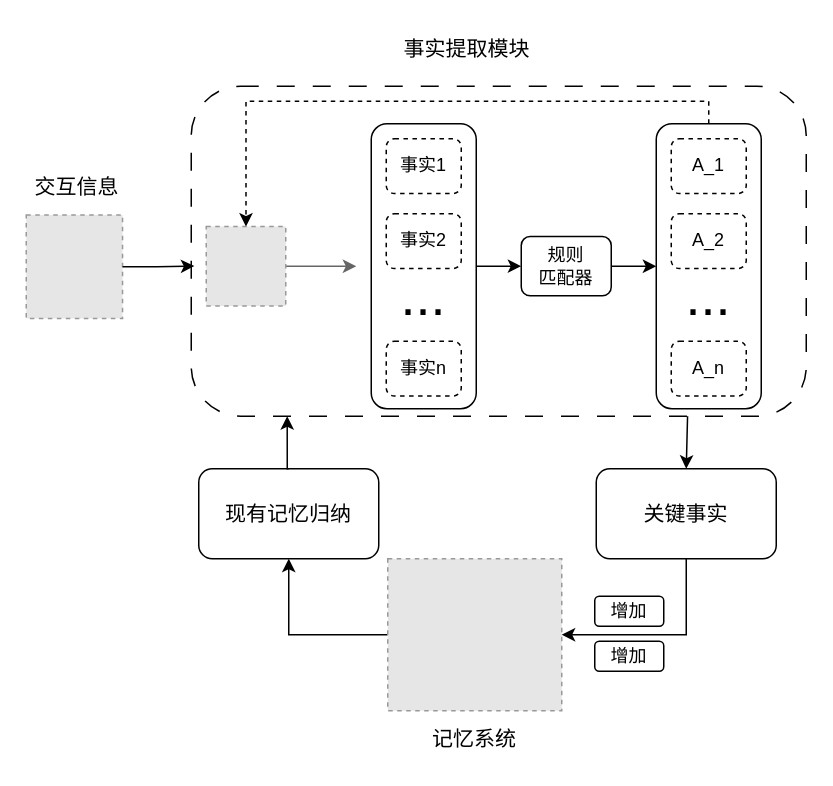
Before: 研究内容1.drawio in niuyiqun/llm_agent, a draw.io diagram. Source tidied: cells renumbered, new cells numbered last; positions are measured from the earlier drawing's top-left corner, leaving out a move shared by most shapes. Both pictures are drawn from the tidied source at 150%, with x=0, y=0 at pixel (26, 26). Pictures stored in the file or linked from it are replaced by grey dashed boxes.
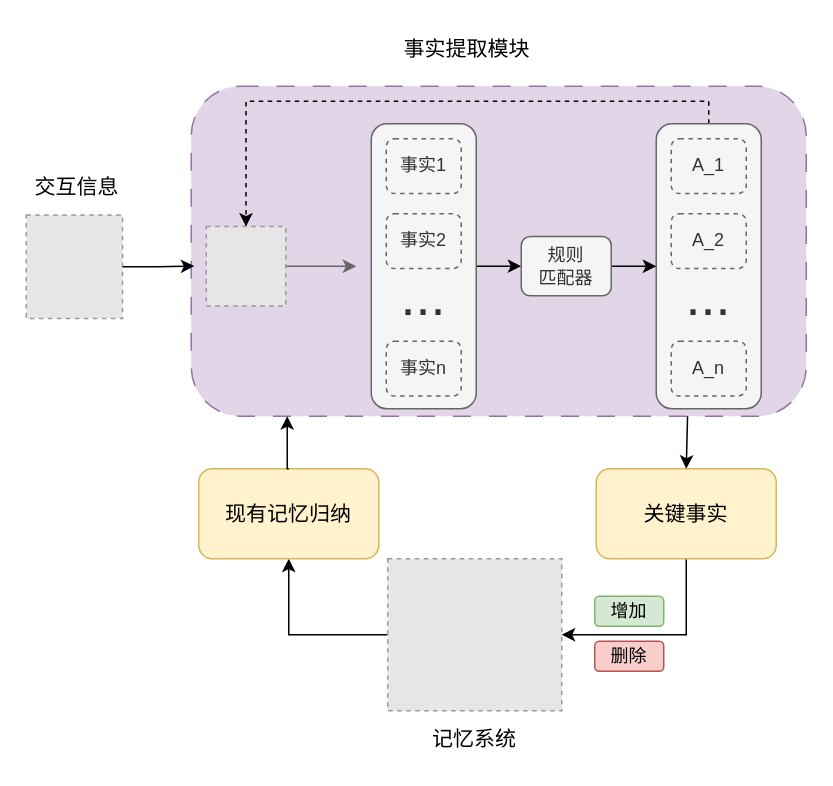
Above is the later version.

Commit message (it also covers changes not shown here):
更新研究内容1.drawio

Diff of the diagram source:
```diff
@@
-    <mxCell id="2" style="rounded=1;whiteSpace=wrap;html=1;dashed=1;dashPattern=12 12;" parent="1" vertex="1">
+    <mxCell id="2" style="rounded=1;whiteSpace=wrap;html=1;dashed=1;dashPattern=12 12;fillColor=#e1d5e7;strokeColor=#9673a6;" parent="1" vertex="1">
       <mxGeometry x="110" y="40" width="410" height="220" as="geometry" />
     </mxCell>
@@
-    <mxCell id="6" style="rounded=1;whiteSpace=wrap;html=1;" parent="1" vertex="1">
+    <mxCell id="6" style="rounded=1;whiteSpace=wrap;html=1;fillColor=#f5f5f5;fontColor=#333333;strokeColor=#666666;" parent="1" vertex="1">
       <mxGeometry x="230" y="65" width="70" height="190" as="geometry" />
     </mxCell>
-    <mxCell id="7" value="事实1" style="rounded=1;whiteSpace=wrap;html=1;dashed=1;" parent="1" vertex="1">
+    <mxCell id="7" value="事实1" style="rounded=1;whiteSpace=wrap;html=1;dashed=1;fillColor=#f5f5f5;fontColor=#333333;strokeColor=#666666;" parent="1" vertex="1">
       <mxGeometry x="240" y="75" width="50" height="36.5" as="geometry" />
     </mxCell>
-    <mxCell id="8" value="事实2" style="rounded=1;whiteSpace=wrap;html=1;dashed=1;" parent="1" vertex="1">
+    <mxCell id="8" value="事实2" style="rounded=1;whiteSpace=wrap;html=1;dashed=1;fillColor=#f5f5f5;fontColor=#333333;strokeColor=#666666;" parent="1" vertex="1">
       <mxGeometry x="240" y="125" width="50" height="36.5" as="geometry" />
     </mxCell>
-    <mxCell id="9" value="&lt;font style=&quot;font-size: 36px;&quot;&gt;...&lt;/font&gt;" style="text;strokeColor=none;align=center;fillColor=none;html=1;verticalAlign=middle;whiteSpace=wrap;rounded=0;" parent="1" vertex="1">
+    <mxCell id="9" value="&lt;font style=&quot;font-size: 36px;&quot;&gt;...&lt;/font&gt;" style="text;strokeColor=none;align=center;fillColor=none;html=1;verticalAlign=middle;whiteSpace=wrap;rounded=0;fontColor=#333333;dashed=1;dashPattern=1 4;" parent="1" vertex="1">
       <mxGeometry x="235" y="165" width="60" height="30" as="geometry" />
     </mxCell>
-    <mxCell id="10" value="事实n" style="rounded=1;whiteSpace=wrap;html=1;dashed=1;" parent="1" vertex="1">
+    <mxCell id="10" value="事实n" style="rounded=1;whiteSpace=wrap;html=1;dashed=1;fillColor=#f5f5f5;fontColor=#333333;strokeColor=#666666;" parent="1" vertex="1">
       <mxGeometry x="240" y="210" width="50" height="36.5" as="geometry" />
     </mxCell>
@@
-    <mxCell id="14" style="rounded=1;whiteSpace=wrap;html=1;" parent="1" vertex="1">
+    <mxCell id="14" style="rounded=1;whiteSpace=wrap;html=1;fillColor=#f5f5f5;fontColor=#333333;strokeColor=#666666;" parent="1" vertex="1">
       <mxGeometry x="420" y="65" width="70" height="190" as="geometry" />
     </mxCell>
-    <mxCell id="15" value="A_1" style="rounded=1;whiteSpace=wrap;html=1;dashed=1;" parent="1" vertex="1">
+    <mxCell id="15" value="A_1" style="rounded=1;whiteSpace=wrap;html=1;dashed=1;fillColor=#f5f5f5;fontColor=#333333;strokeColor=#666666;" parent="1" vertex="1">
       <mxGeometry x="430" y="75" width="50" height="36.5" as="geometry" />
     </mxCell>
-    <mxCell id="16" value="A_2" style="rounded=1;whiteSpace=wrap;html=1;dashed=1;" parent="1" vertex="1">
+    <mxCell id="16" value="A_2" style="rounded=1;whiteSpace=wrap;html=1;dashed=1;fillColor=#f5f5f5;fontColor=#333333;strokeColor=#666666;" parent="1" vertex="1">
       <mxGeometry x="430" y="125" width="50" height="36.5" as="geometry" />
     </mxCell>
-    <mxCell id="17" value="&lt;font style=&quot;font-size: 36px;&quot;&gt;...&lt;/font&gt;" style="text;strokeColor=none;align=center;fillColor=none;html=1;verticalAlign=middle;whiteSpace=wrap;rounded=0;" parent="1" vertex="1">
+    <mxCell id="17" value="&lt;font style=&quot;font-size: 36px;&quot;&gt;...&lt;/font&gt;" style="text;strokeColor=none;align=center;fillColor=#f5f5f5;html=1;verticalAlign=middle;whiteSpace=wrap;rounded=0;fontColor=#333333;" parent="1" vertex="1">
       <mxGeometry x="425" y="165" width="60" height="30" as="geometry" />
     </mxCell>
-    <mxCell id="18" value="A_n" style="rounded=1;whiteSpace=wrap;html=1;dashed=1;" parent="1" vertex="1">
+    <mxCell id="18" value="A_n" style="rounded=1;whiteSpace=wrap;html=1;dashed=1;fillColor=#f5f5f5;fontColor=#333333;strokeColor=#666666;" parent="1" vertex="1">
       <mxGeometry x="430" y="210" width="50" height="36.5" as="geometry" />
     </mxCell>
@@
-    <mxCell id="20" value="规则&lt;div&gt;匹配器&lt;/div&gt;" style="rounded=1;whiteSpace=wrap;html=1;" parent="1" vertex="1">
+    <mxCell id="20" value="规则&lt;div&gt;匹配器&lt;/div&gt;" style="rounded=1;whiteSpace=wrap;html=1;fillColor=#f5f5f5;fontColor=#333333;strokeColor=#666666;" parent="1" vertex="1">
       <mxGeometry x="330" y="140.2" width="60" height="39.5" as="geometry" />
     </mxCell>
@@
-    <mxCell id="26" value="&lt;font style=&quot;font-size: 14px;&quot;&gt;现有记忆归纳&lt;/font&gt;" style="rounded=1;whiteSpace=wrap;html=1;" parent="1" vertex="1">
+    <mxCell id="26" value="&lt;font style=&quot;font-size: 14px;&quot;&gt;现有记忆归纳&lt;/font&gt;" style="rounded=1;whiteSpace=wrap;html=1;fillColor=#fff2cc;strokeColor=#d6b656;" parent="1" vertex="1">
       <mxGeometry x="115" y="295" width="120" height="60" as="geometry" />
     </mxCell>
@@
-    <mxCell id="29" value="&lt;span style=&quot;font-size: 14px;&quot;&gt;关键事实&lt;/span&gt;" style="rounded=1;whiteSpace=wrap;html=1;" parent="1" vertex="1">
+    <mxCell id="29" value="&lt;span style=&quot;font-size: 14px;&quot;&gt;关键事实&lt;/span&gt;" style="rounded=1;whiteSpace=wrap;html=1;fillColor=#fff2cc;strokeColor=#d6b656;" parent="1" vertex="1">
       <mxGeometry x="380" y="295" width="120" height="60" as="geometry" />
     </mxCell>
@@
-    <mxCell id="31" value="增加" style="rounded=1;whiteSpace=wrap;html=1;" parent="1" vertex="1">
+    <mxCell id="31" value="增加" style="rounded=1;whiteSpace=wrap;html=1;fillColor=#d5e8d4;strokeColor=#82b366;" parent="1" vertex="1">
       <mxGeometry x="379" y="380" width="46" height="20" as="geometry" />
     </mxCell>
-    <mxCell id="32" value="增加" style="rounded=1;whiteSpace=wrap;html=1;" parent="1" vertex="1">
+    <mxCell id="32" value="删除" style="rounded=1;whiteSpace=wrap;html=1;fillColor=#f8cecc;strokeColor=#b85450;" parent="1" vertex="1">
       <mxGeometry x="379" y="410" width="46" height="20" as="geometry" />
     </mxCell>
```
